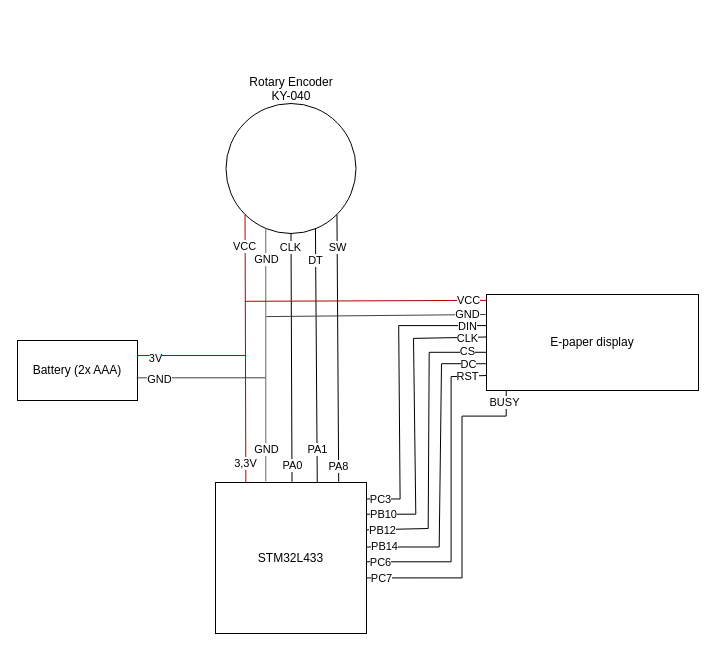
Above: connections_diagram/golf_points_calculator_diagram.drawio in Argbin/golf-points-calculator (draw.io), before the change. Source tidied: cells renumbered, new cells numbered last; positions are measured from the earlier drawing's top-left corner, leaving out a move shared by most shapes. Both pictures are drawn from the tidied source at 100%, with x=0, y=0 at pixel (17, 103).
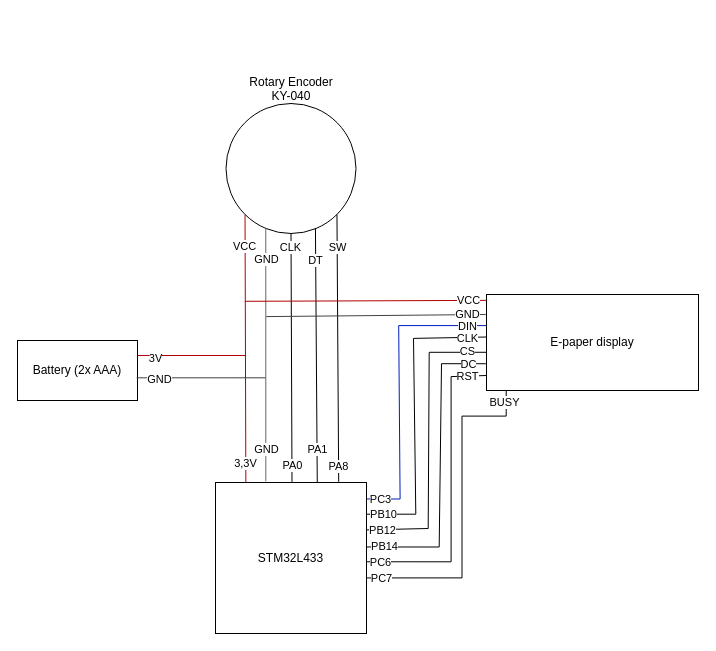
Above is the later version.

The change refers to these unchanged cells:
```xml
<mxCell id="17" value="STM32L433" style="whiteSpace=wrap;html=1;" parent="1" vertex="1">
  <mxGeometry x="198" y="379" width="151" height="151" as="geometry" />
</mxCell>
<mxCell id="19" value="E-paper display" style="rounded=0;whiteSpace=wrap;html=1;" parent="1" vertex="1">
  <mxGeometry x="469" y="191" width="212" height="96" as="geometry" />
</mxCell>
```

The edit, as a diff of the source:
```diff
@@
-    <mxCell id="24" style="endArrow=none;html=1;rounded=0;entryX=-0.001;entryY=0.324;entryDx=0;entryDy=0;entryPerimeter=0;exitX=1.002;exitY=0.109;exitDx=0;exitDy=0;exitPerimeter=0;" parent="1" edge="1" source="17" target="19">
+    <mxCell id="24" style="endArrow=none;html=1;rounded=0;entryX=-0.001;entryY=0.324;entryDx=0;entryDy=0;entryPerimeter=0;exitX=1.002;exitY=0.109;exitDx=0;exitDy=0;exitPerimeter=0;fillColor=#0050ef;strokeColor=light-dark(#001DBC,#3333FF);" parent="1" edge="1" source="17" target="19">
       <mxGeometry relative="1" as="geometry">
         <Array as="points">
           <mxPoint x="382.6" y="395.5" />
           <mxPoint x="381.2" y="222.1" />
         </Array>
       </mxGeometry>
     </mxCell>
@@
-    <mxCell id="27" style="endArrow=none;html=1;rounded=0;entryX=-0.001;entryY=0.443;entryDx=0;entryDy=0;entryPerimeter=0;exitX=1.002;exitY=0.21;exitDx=0;exitDy=0;exitPerimeter=0;" parent="1" edge="1" source="17" target="19">
+    <mxCell id="27" style="endArrow=none;html=1;rounded=0;entryX=-0.001;entryY=0.443;entryDx=0;entryDy=0;entryPerimeter=0;exitX=1.002;exitY=0.21;exitDx=0;exitDy=0;exitPerimeter=0;strokeColor=light-dark(#000000,#FFFF33);" parent="1" edge="1" source="17" target="19">
       <mxGeometry relative="1" as="geometry">
         <Array as="points">
           <mxPoint x="398.3" y="410.7" />
           <mxPoint x="396" y="234.9" />
         </Array>
       </mxGeometry>
     </mxCell>
@@
-    <mxCell id="30" style="endArrow=none;html=1;rounded=0;entryX=-0.001;entryY=0.602;entryDx=0;entryDy=0;entryPerimeter=0;exitX=0.999;exitY=0.314;exitDx=0;exitDy=0;exitPerimeter=0;" parent="1" edge="1" source="17" target="19">
+    <mxCell id="30" style="endArrow=none;html=1;rounded=0;entryX=-0.001;entryY=0.602;entryDx=0;entryDy=0;entryPerimeter=0;exitX=0.999;exitY=0.314;exitDx=0;exitDy=0;exitPerimeter=0;strokeColor=light-dark(#000000,#FF9933);" parent="1" edge="1" source="17" target="19">
       <mxGeometry relative="1" as="geometry">
         <Array as="points">
           <mxPoint x="410.7" y="425" />
           <mxPoint x="411.7" y="248.8" />
         </Array>
       </mxGeometry>
     </mxCell>
@@
-    <mxCell id="33" style="endArrow=none;html=1;rounded=0;entryX=-0.003;entryY=0.721;entryDx=0;entryDy=0;entryPerimeter=0;exitX=1.002;exitY=0.427;exitDx=0;exitDy=0;exitPerimeter=0;" parent="1" edge="1" source="17" target="19">
+    <mxCell id="33" style="endArrow=none;html=1;rounded=0;entryX=-0.003;entryY=0.721;entryDx=0;entryDy=0;entryPerimeter=0;exitX=1.002;exitY=0.427;exitDx=0;exitDy=0;exitPerimeter=0;strokeColor=light-dark(#000000,#80FF00);" parent="1" edge="1" source="17" target="19">
       <mxGeometry relative="1" as="geometry">
         <Array as="points">
           <mxPoint x="421.7" y="443.5" />
           <mxPoint x="424" y="260.2" />
         </Array>
       </mxGeometry>
     </mxCell>
@@
-    <mxCell id="39" style="endArrow=none;html=1;rounded=0;exitX=1.002;exitY=0.632;exitDx=0;exitDy=0;exitPerimeter=0;entryX=0.093;entryY=0.999;entryDx=0;entryDy=0;entryPerimeter=0;" parent="1" edge="1" source="17" target="19">
+    <mxCell id="39" style="endArrow=none;html=1;rounded=0;exitX=1.002;exitY=0.632;exitDx=0;exitDy=0;exitPerimeter=0;entryX=0.093;entryY=0.999;entryDx=0;entryDy=0;entryPerimeter=0;strokeColor=light-dark(#000000,#7F00FF);" parent="1" edge="1" source="17" target="19">
       <mxGeometry relative="1" as="geometry">
         <Array as="points">
           <mxPoint x="444.5" y="474.4" />
           <mxPoint x="444.5" y="312.6" />
           <mxPoint x="488.7" y="312.6" />
         </Array>
       </mxGeometry>
     </mxCell>
```
